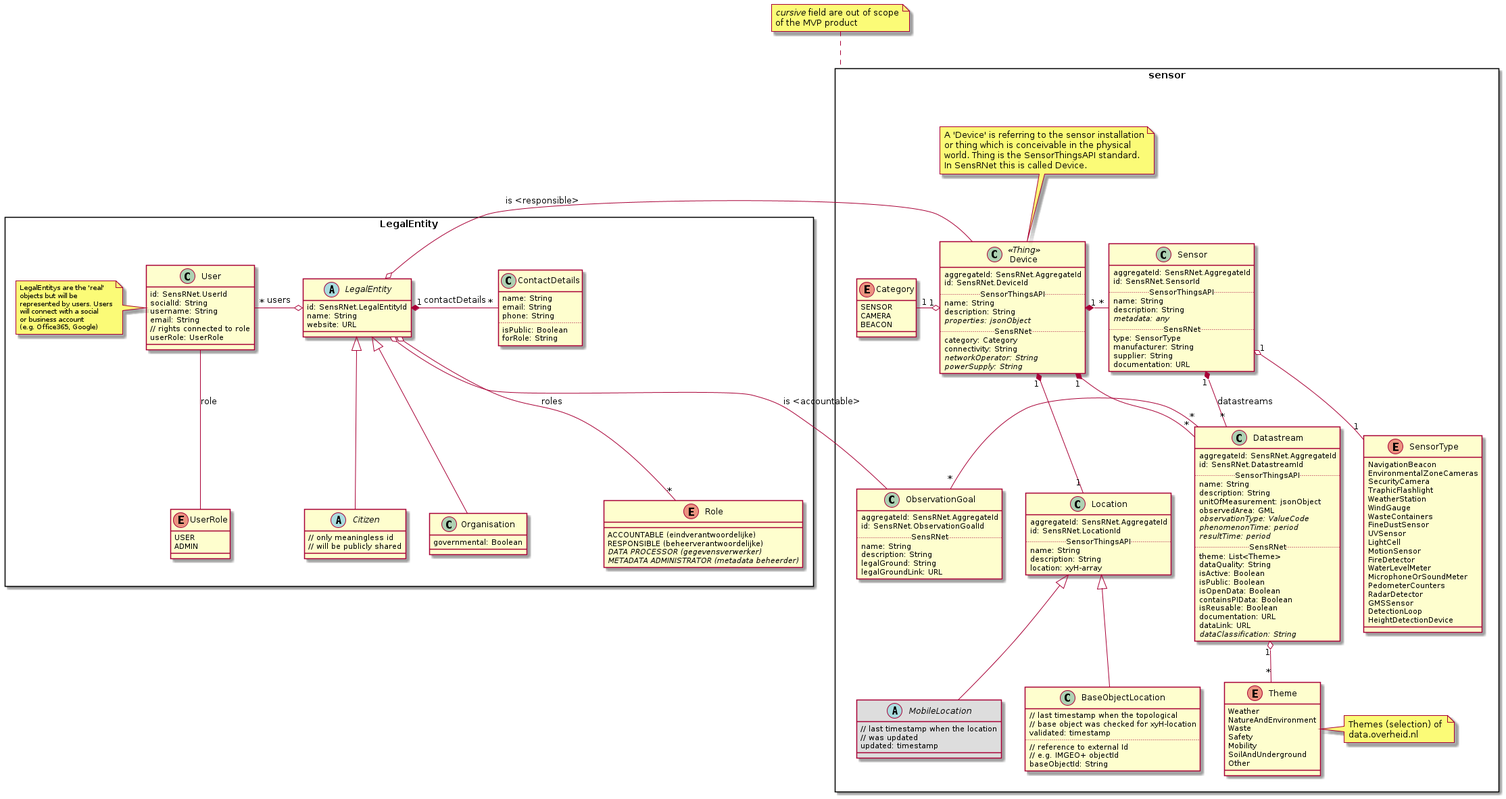
Before: docs/img/SensRNet-Datamodel-SensorView.png, a diagram exported from PlantUML (kadaster-labs/sensrnet-home).
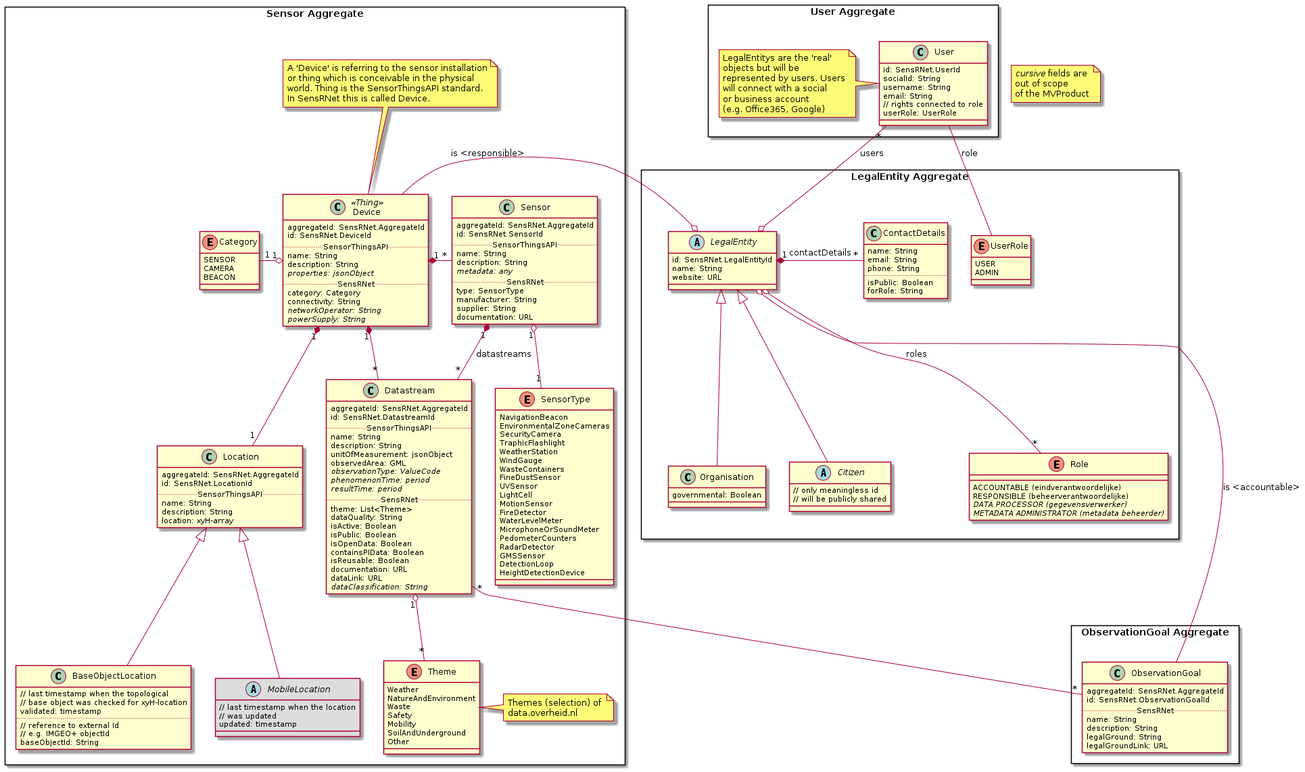
Later version of the same file.

Commit message:
added Aggregates + ObsvtnGl Aggr + Usr Aggr

What changed in the source:
```diff
@@ -1,6 +1,12 @@
 @startuml "SensRNet-Datamodel-SensorView"
 
-package LegalEntity <<Rectangle>> {
+note as N1
+    <i>cursive</i> fields are
+    out of scope
+    of the MVProduct
+end note
+
+package "LegalEntity Aggregate" <<Rectangle>> {
     together {
         abstract class LegalEntity {
             id: SensRNet.LegalEntityId
@@ -36,6 +42,17 @@
         {abstract} METADATA ADMINISTRATOR (metadata beheerder)
     }
 
+
+    enum UserRole {
+        USER
+        ADMIN
+    }
+
+    LegalEntity o-- "*" Role : roles
+}
+
+package "User Aggregate" <<Rectangle>> {
+
     class User {
         id: SensRNet.UserId
         socialId: String
@@ -46,25 +63,20 @@
     }
 
     note left
-        <size:10>LegalEntitys are the 'real'</size>
-        <size:10>objects but will be</size>
-        <size:10>represented by users. Users</size>
-        <size:10>will connect with a social</size>
-        <size:10>or business account</size>
-        <size:10>(e.g. Office365, Google)</size>
+        LegalEntitys are the 'real'
+        objects but will be
+        represented by users. Users
+        will connect with a social
+        or business account
+        (e.g. Office365, Google)
     end note
 
-    enum UserRole {
-        USER
-        ADMIN
-    }
-
-    LegalEntity o- "*" User : users
-    LegalEntity o-- "*" Role : roles
-    User -- UserRole : role
 }
 
-package sensor <<Rectangle>> {
+User -- UserRole : role
+LegalEntity o- "*" User : users
+
+package "Sensor Aggregate" <<Rectangle>> {
 
 
 
@@ -129,16 +141,6 @@
         documentation: URL
         dataLink: URL
         {abstract} dataClassification: String
-    }
-
-    class ObservationGoal {
-        aggregateId: SensRNet.AggregateId
-        id: SensRNet.ObservationGoalId
-        .. SensRNet ..
-        name: String
-        description: String
-        legalGround: String
-        legalGroundLink: URL
     }
 
     class Location {
@@ -218,16 +220,26 @@
     Sensor "1" *-- "*" Datastream : datastreams
     Sensor "1" o-- "1" SensorType
 
-    Datastream "*" - "*" ObservationGoal
     Datastream "1" o-- "*" Theme
 }
 
+package "ObservationGoal Aggregate" <<Rectangle>> {
+
+    class ObservationGoal {
+        aggregateId: SensRNet.AggregateId
+        id: SensRNet.ObservationGoalId
+        .. SensRNet ..
+        name: String
+        description: String
+        legalGround: String
+        legalGroundLink: URL
+    }
+
+}
+
+Datastream "*" -- "*" ObservationGoal
+
 LegalEntity o- Device : is <responsible>
-LegalEntity o- ObservationGoal : is <accountable>
-
-note top of sensor
-    <i>cursive</i> field are out of scope
-    of the MVP product
-end note
+LegalEntity o-- ObservationGoal : is <accountable>
 
 @enduml
```
